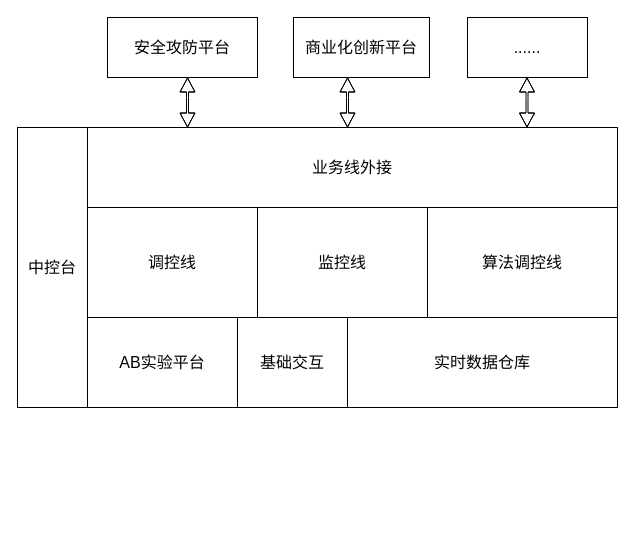
Before: 全域流量中控平台_overall.drawio in hustpawpaw/charts, a draw.io diagram. Source tidied: cells renumbered, new cells numbered last; positions are measured from the earlier drawing's top-left corner, leaving out a move shared by most shapes. Both pictures are drawn from the tidied source at 100%, with x=0, y=0 at pixel (17, 17).
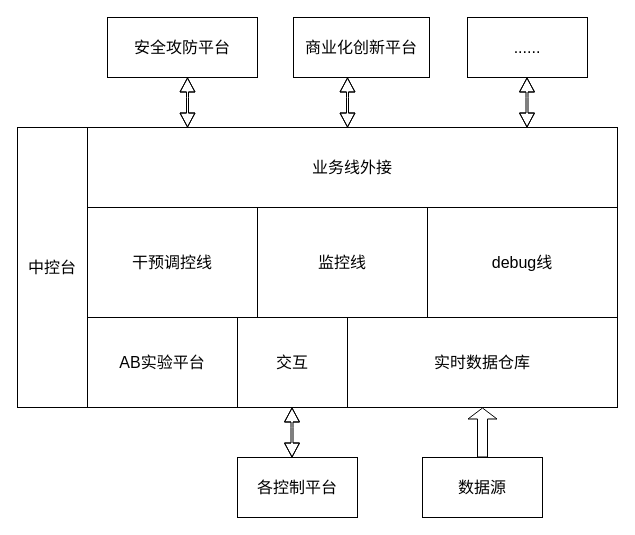
The same diagram, later.

Commit message:
Update 全域流量中控平台_overall.drawio

Unchanged cells that the change refers to:
```xml
<mxCell id="9" value="实时数据仓库" style="rounded=0;whiteSpace=wrap;html=1;fontSize=16;" parent="1" vertex="1">
  <mxGeometry x="330" y="300" width="270" height="90" as="geometry" />
</mxCell>
```

What changed in the source:
```diff
@@
-    <mxCell id="10" value="基础交互" style="rounded=0;whiteSpace=wrap;html=1;fontSize=16;" parent="1" vertex="1">
+    <mxCell id="10" value="交互" style="rounded=0;whiteSpace=wrap;html=1;fontSize=16;" parent="1" vertex="1">
       <mxGeometry x="220" y="300" width="110" height="90" as="geometry" />
     </mxCell>
@@
-    <mxCell id="13" value="调控线" style="rounded=0;whiteSpace=wrap;html=1;fontSize=16;" parent="1" vertex="1">
+    <mxCell id="13" value="干预调控线" style="rounded=0;whiteSpace=wrap;html=1;fontSize=16;" parent="1" vertex="1">
       <mxGeometry x="70" y="190" width="170" height="110" as="geometry" />
     </mxCell>
@@
-    <mxCell id="15" value="算法调控线" style="rounded=0;whiteSpace=wrap;html=1;fontSize=16;" parent="1" vertex="1">
+    <mxCell id="15" value="debug线" style="rounded=0;whiteSpace=wrap;html=1;fontSize=16;" parent="1" vertex="1">
       <mxGeometry x="410" y="190" width="190" height="110" as="geometry" />
     </mxCell>
@@
+    <mxCell id="17" style="shape=flexArrow;endArrow=classic;startArrow=classic;html=1;fontSize=16;width=2;endSize=4.33;startSize=4.33;startWidth=12;endWidth=12;" parent="1" edge="1">
+      <mxGeometry relative="1" as="geometry">
+        <mxPoint x="274.5" y="440" as="sourcePoint" />
+        <mxPoint x="274.5" y="390" as="targetPoint" />
+        <Array as="points">
+          <mxPoint x="274.5" y="410" />
+        </Array>
+      </mxGeometry>
+    </mxCell>
+    <mxCell id="18" value="各控制平台" style="rounded=0;whiteSpace=wrap;html=1;fontSize=16;" parent="1" vertex="1">
+      <mxGeometry x="220" y="440" width="120" height="60" as="geometry" />
+    </mxCell>
+    <mxCell id="19" value="数据源" style="rounded=0;whiteSpace=wrap;html=1;fontSize=16;" parent="1" vertex="1">
+      <mxGeometry x="405" y="440" width="120" height="60" as="geometry" />
+    </mxCell>
+    <mxCell id="20" style="shape=flexArrow;endArrow=classic;html=1;exitX=0.5;exitY=0;exitDx=0;exitDy=0;entryX=0.5;entryY=1;entryDx=0;entryDy=0;endWidth=18;endSize=3.33;" parent="1" edge="1" source="19" target="9">
+      <mxGeometry relative="1" as="geometry" />
+    </mxCell>
```
